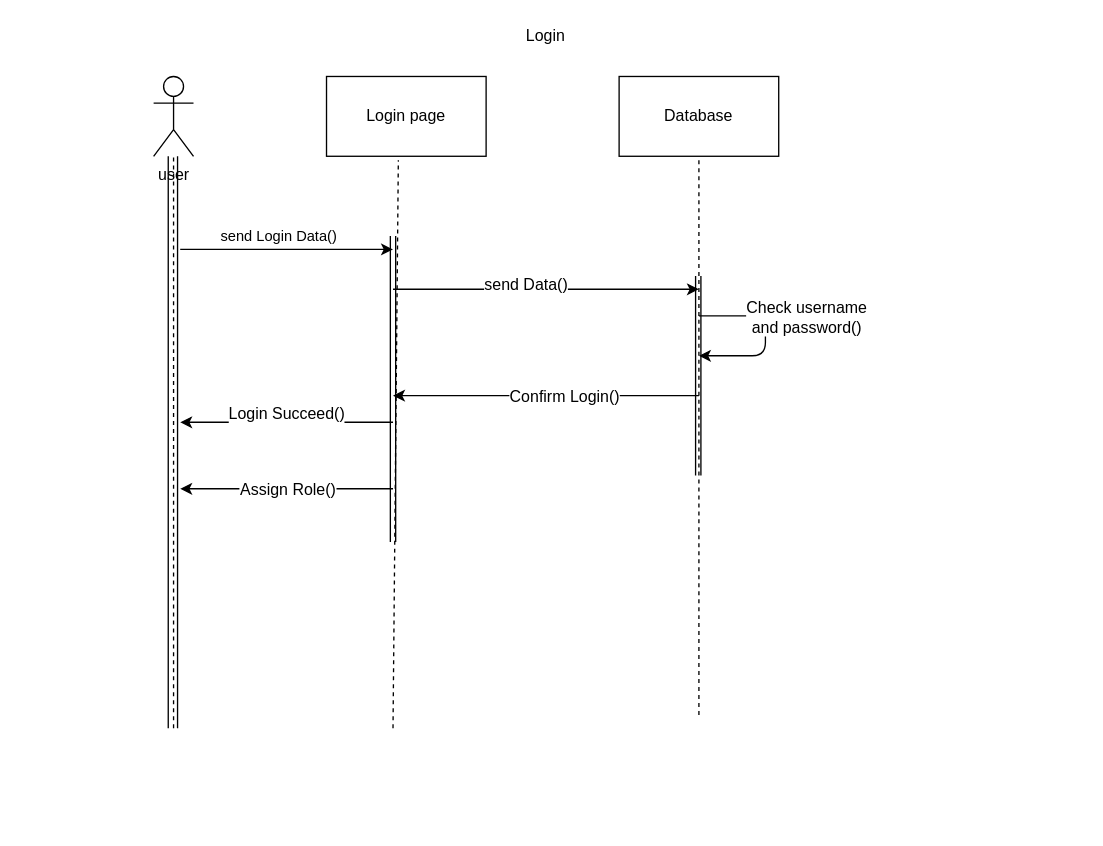
mohammadamir98/Sama_sw1 keeps this draw.io diagram as UserLoginSD.drawio. Above is the earlier version. Source tidied: cells renumbered, new cells numbered last; positions are measured from the earlier drawing's top-left corner, leaving out a move shared by most shapes. Both pictures are drawn from the tidied source at 133%, with x=0, y=0 at pixel (153, 23).
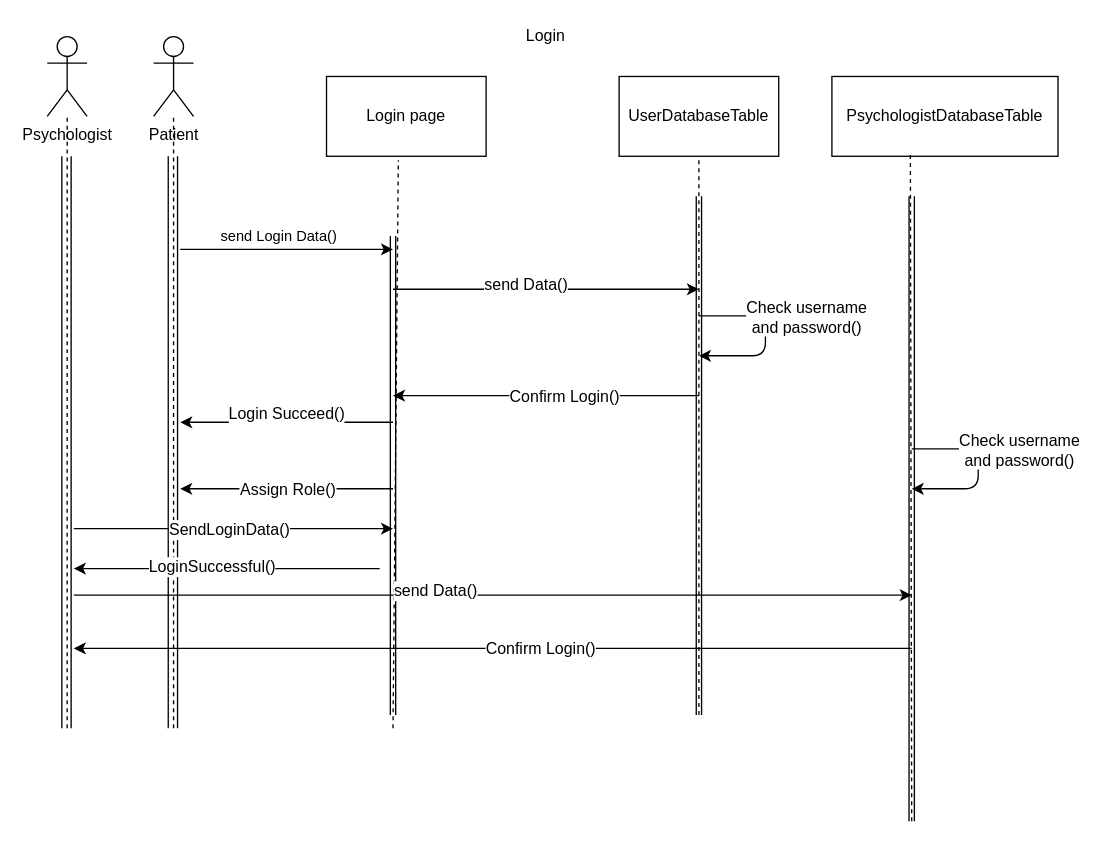
After the change.

The edit, as a diff of the source:
```diff
@@
-    <mxCell id="2" value="&lt;div&gt;user&lt;/div&gt;&lt;div&gt;&lt;br&gt;&lt;/div&gt;" style="shape=umlActor;verticalLabelPosition=bottom;labelBackgroundColor=#ffffff;verticalAlign=top;html=1;outlineConnect=0;" parent="1" vertex="1">
-      <mxGeometry y="40" width="30" height="60" as="geometry" />
+    <mxCell id="2" value="&lt;div&gt;Patient&lt;/div&gt;" style="shape=umlActor;verticalLabelPosition=bottom;labelBackgroundColor=#ffffff;verticalAlign=top;html=1;outlineConnect=0;" parent="1" vertex="1">
+      <mxGeometry y="10" width="30" height="60" as="geometry" />
     </mxCell>
@@
     <mxCell id="9" style="shape=link;html=1;" parent="1" edge="1">
       <mxGeometry relative="1" as="geometry">
-        <mxPoint x="180" y="390" as="sourcePoint" />
+        <mxPoint x="180" y="520" as="sourcePoint" />
         <mxPoint x="180" y="160" as="targetPoint" />
       </mxGeometry>
     </mxCell>
@@
-    <mxCell id="12" value="Database" style="rounded=0;whiteSpace=wrap;html=1;" parent="1" vertex="1">
+    <mxCell id="12" value="UserDatabaseTable&lt;br&gt;" style="rounded=0;whiteSpace=wrap;html=1;" parent="1" vertex="1">
       <mxGeometry x="350" y="40" width="120" height="60" as="geometry" />
     </mxCell>
@@
     <mxCell id="14" style="shape=link;html=1;" parent="1" edge="1">
       <mxGeometry relative="1" as="geometry">
-        <mxPoint x="409.5" y="340" as="sourcePoint" />
-        <mxPoint x="409.5" y="190" as="targetPoint" />
+        <mxPoint x="410" y="520" as="sourcePoint" />
+        <mxPoint x="410" y="130" as="targetPoint" />
       </mxGeometry>
     </mxCell>
@@
+    <mxCell id="23" value="PsychologistDatabaseTable&lt;br&gt;" style="rounded=0;whiteSpace=wrap;html=1;" parent="1" vertex="1">
+      <mxGeometry x="510" y="40" width="170" height="60" as="geometry" />
+    </mxCell>
+    <mxCell id="24" style="endArrow=none;dashed=1;html=1;entryX=0.347;entryY=0.983;entryDx=0;entryDy=0;entryPerimeter=0;" parent="1" edge="1" target="23">
+      <mxGeometry relative="1" as="geometry">
+        <mxPoint x="570" y="600" as="sourcePoint" />
+      </mxGeometry>
+    </mxCell>
+    <mxCell id="25" style="shape=link;html=1;" parent="1" edge="1">
+      <mxGeometry relative="1" as="geometry">
+        <mxPoint x="570" y="600" as="sourcePoint" />
+        <mxPoint x="570" y="130" as="targetPoint" />
+      </mxGeometry>
+    </mxCell>
+    <mxCell id="26" style="endArrow=classic;html=1;" parent="1" edge="1">
+      <mxGeometry relative="1" as="geometry">
+        <mxPoint x="570" y="320" as="sourcePoint" />
+        <mxPoint x="570" y="350" as="targetPoint" />
+        <Array as="points">
+          <mxPoint x="620" y="320" />
+          <mxPoint x="620" y="350" />
+        </Array>
+      </mxGeometry>
+    </mxCell>
+    <mxCell id="27" value="&lt;div&gt;Check username &lt;br&gt;&lt;/div&gt;&lt;div&gt;and password()&lt;/div&gt;" style="text;html=1;align=center;verticalAlign=middle;labelBackgroundColor=#ffffff;direction=south;" parent="26" vertex="1">
+      <mxGeometry x="-0.45" relative="1" as="geometry">
+        <mxPoint x="44" as="offset" />
+      </mxGeometry>
+    </mxCell>
+    <mxCell id="28" value="&lt;div&gt;Psychologist&lt;/div&gt;&lt;div&gt;&lt;br&gt;&lt;/div&gt;" style="shape=umlActor;verticalLabelPosition=bottom;labelBackgroundColor=#ffffff;verticalAlign=top;html=1;outlineConnect=0;" parent="1" vertex="1">
+      <mxGeometry x="-80" y="10" width="30" height="60" as="geometry" />
+    </mxCell>
+    <mxCell id="29" style="endArrow=none;dashed=1;html=1;" parent="1" edge="1" target="28">
+      <mxGeometry relative="1" as="geometry">
+        <mxPoint x="-65" y="530" as="sourcePoint" />
+      </mxGeometry>
+    </mxCell>
+    <mxCell id="30" style="shape=link;html=1;width=7;" parent="1" edge="1">
+      <mxGeometry relative="1" as="geometry">
+        <mxPoint x="-65.5" y="530" as="sourcePoint" />
+        <mxPoint x="-65.5" y="100" as="targetPoint" />
+      </mxGeometry>
+    </mxCell>
+    <mxCell id="31" style="endArrow=classic;html=1;" parent="1" edge="1">
+      <mxGeometry relative="1" as="geometry">
+        <mxPoint x="-60" y="380" as="sourcePoint" />
+        <mxPoint x="180" y="380" as="targetPoint" />
+      </mxGeometry>
+    </mxCell>
+    <mxCell id="32" value="SendLoginData()" style="text;html=1;align=center;verticalAlign=middle;labelBackgroundColor=#ffffff;" parent="31" vertex="1">
+      <mxGeometry x="-0.03" relative="1" as="geometry" />
+    </mxCell>
+    <mxCell id="33" style="endArrow=classic;html=1;" parent="1" edge="1">
+      <mxGeometry relative="1" as="geometry">
+        <mxPoint x="170" y="410" as="sourcePoint" />
+        <mxPoint x="-60" y="410" as="targetPoint" />
+      </mxGeometry>
+    </mxCell>
+    <mxCell id="34" value="LoginSuccessful()" style="text;html=1;align=center;verticalAlign=middle;labelBackgroundColor=#ffffff;" parent="33" vertex="1">
+      <mxGeometry x="0.1" y="-2" relative="1" as="geometry" />
+    </mxCell>
+    <mxCell id="35" style="endArrow=classic;html=1;" parent="1" edge="1">
+      <mxGeometry relative="1" as="geometry">
+        <mxPoint x="-60" y="430" as="sourcePoint" />
+        <mxPoint x="570" y="430" as="targetPoint" />
+      </mxGeometry>
+    </mxCell>
+    <mxCell id="36" value="send Data()" style="text;html=1;align=center;verticalAlign=middle;labelBackgroundColor=#ffffff;" parent="35" vertex="1">
+      <mxGeometry x="-0.14" y="4" relative="1" as="geometry" />
+    </mxCell>
+    <mxCell id="37" style="endArrow=classic;html=1;" parent="1" edge="1">
+      <mxGeometry relative="1" as="geometry">
+        <mxPoint x="570" y="470" as="sourcePoint" />
+        <mxPoint x="-60" y="470" as="targetPoint" />
+      </mxGeometry>
+    </mxCell>
+    <mxCell id="38" value="Confirm Login()" style="text;html=1;align=center;verticalAlign=middle;labelBackgroundColor=#ffffff;" parent="37" vertex="1">
+      <mxGeometry x="-0.11" relative="1" as="geometry" />
+    </mxCell>
```
